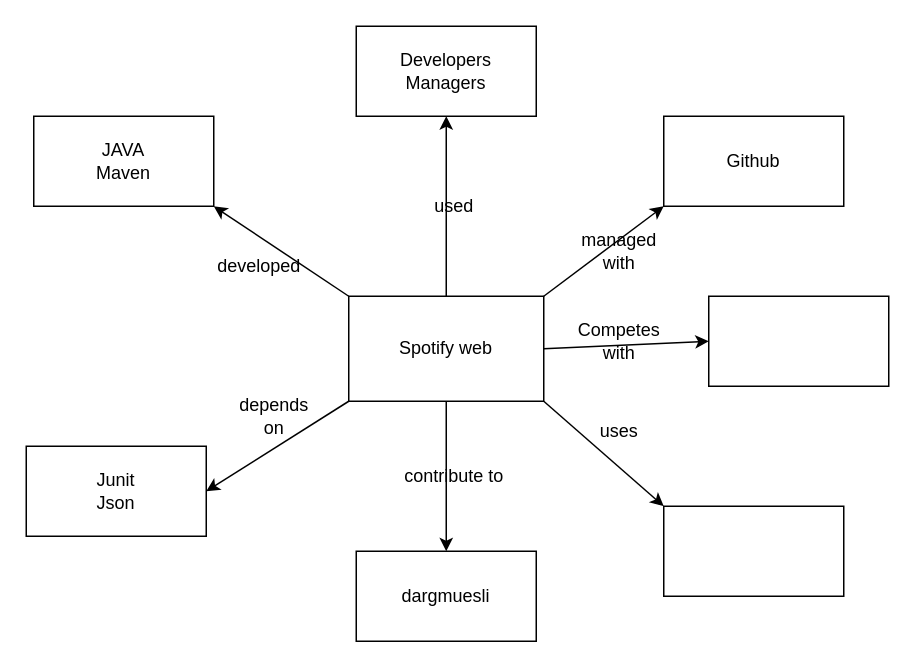
This is Untitled Diagram.drawio from miggonort1/Miguel, a draw.io file, before an edit. Source tidied: cells renumbered, new cells numbered last; positions are measured from the earlier drawing's top-left corner, leaving out a move shared by most shapes. Both pictures are drawn from the tidied source at 150%, with x=0, y=0 at pixel (26, 26).
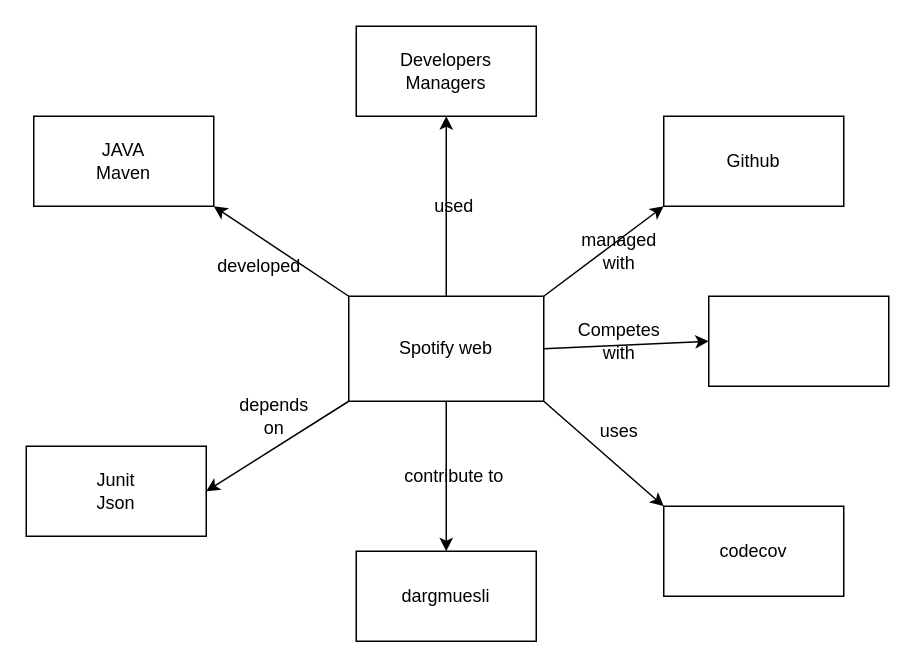
Above is the later version.

Change to the diagram source:
```diff
@@
-    <mxCell id="19" style="rounded=0;whiteSpace=wrap;html=1;" parent="1" vertex="1">
+    <mxCell id="19" value="codecov" style="rounded=0;whiteSpace=wrap;html=1;" parent="1" vertex="1">
       <mxGeometry x="425" y="320" width="120" height="60" as="geometry" />
     </mxCell>
```
